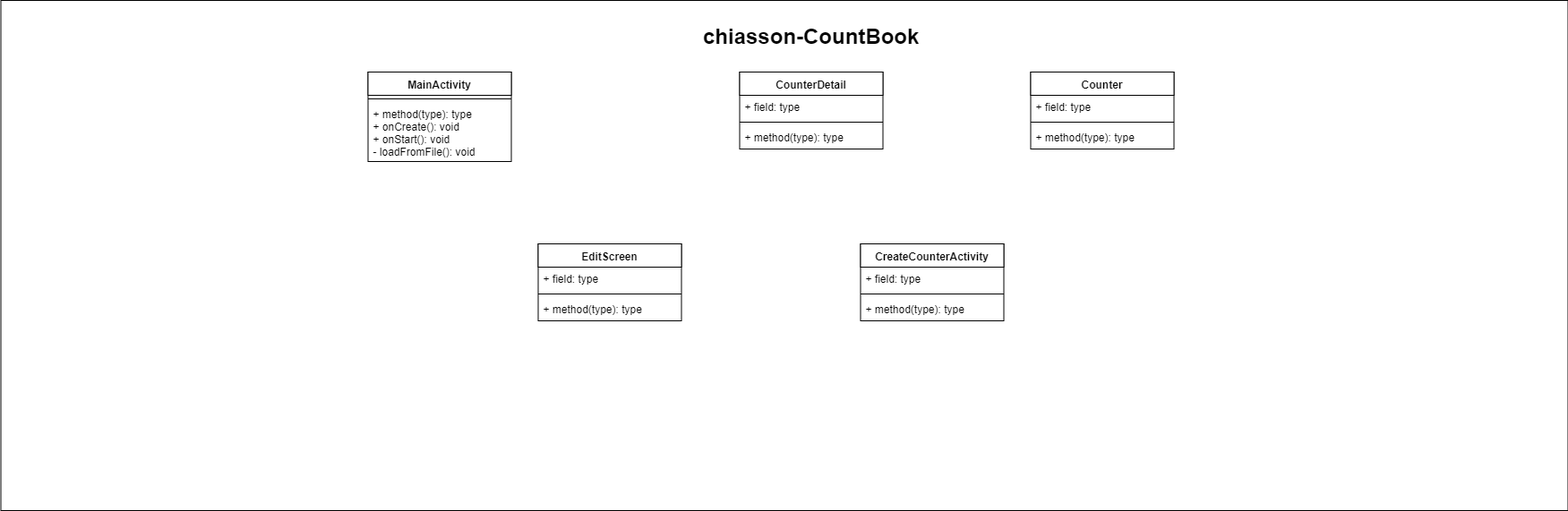
cchiasson/CountBook keeps this draw.io diagram as doc/chiasson-CountBook.png. Above is the earlier version. Source tidied: cells renumbered, new cells last; positions are measured from the earlier drawing's top-left corner, leaving out a move shared by most shapes.
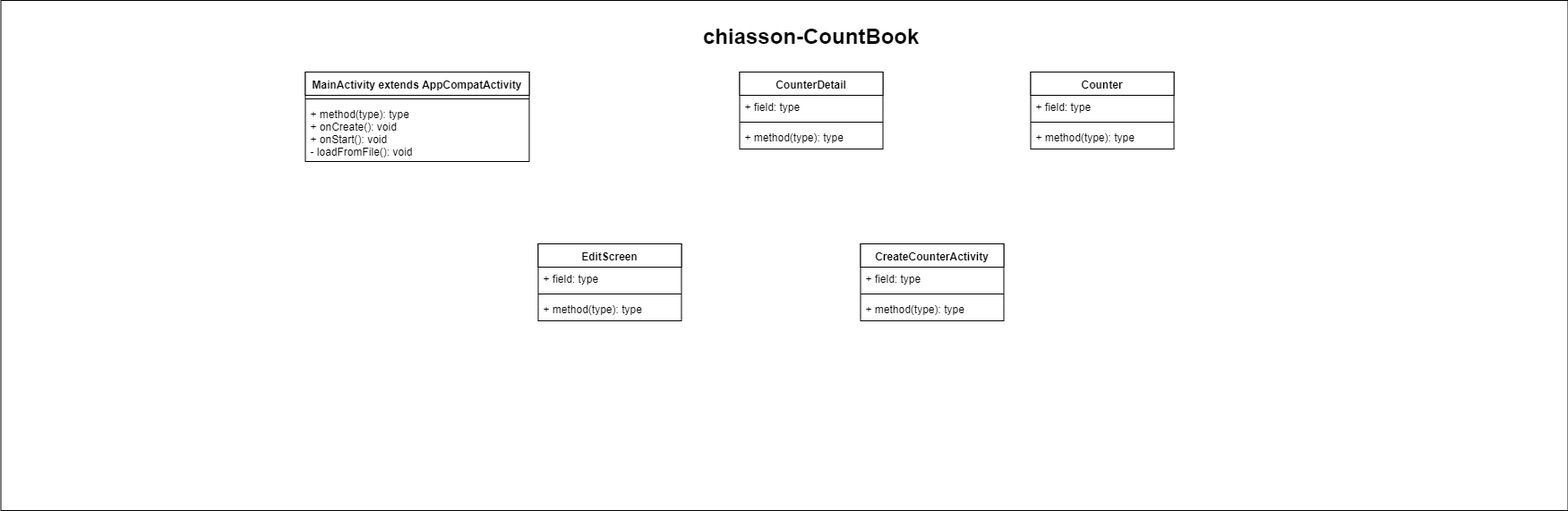
Above is the later version.

The edit, as a diff of the source:
```diff
@@ -8,14 +8,14 @@
     <mxCell id="3" value="chiasson-CountBook" style="text;strokeColor=none;fillColor=none;html=1;fontSize=24;fontStyle=1;verticalAlign=middle;align=center;" parent="1" vertex="1">
       <mxGeometry x="150" y="20" width="1510" height="40" as="geometry" />
     </mxCell>
-    <mxCell id="4" value="MainActivity" style="swimlane;fontStyle=1;align=center;verticalAlign=top;horizontal=1;startSize=26;swimlaneFillColor=#ffffff;" parent="1" vertex="1">
-      <mxGeometry x="410" y="80" width="160" height="100" as="geometry" />
+    <mxCell id="4" value="MainActivity extends AppCompatActivity" style="swimlane;fontStyle=1;align=center;verticalAlign=top;horizontal=1;startSize=26;swimlaneFillColor=#ffffff;" parent="1" vertex="1">
+      <mxGeometry x="340" y="80" width="250" height="100" as="geometry" />
     </mxCell>
     <mxCell id="5" style="line;strokeWidth=1;fillColor=none;align=left;verticalAlign=middle;spacingTop=-1;spacingLeft=3;spacingRight=3;labelPosition=right;" parent="4" vertex="1">
-      <mxGeometry y="26" width="160" height="8" as="geometry" />
+      <mxGeometry y="26" width="250" height="8" as="geometry" />
     </mxCell>
     <mxCell id="6" value="+ method(type): type&#10;+ onCreate(): void&#10;+ onStart(): void&#10;- loadFromFile(): void" style="text;strokeColor=none;fillColor=none;align=left;verticalAlign=top;spacingLeft=4;spacingRight=4;overflow=hidden;" parent="4" vertex="1">
-      <mxGeometry y="34" width="160" height="66" as="geometry" />
+      <mxGeometry y="34" width="250" height="66" as="geometry" />
     </mxCell>
     <mxCell id="7" value="CounterDetail" style="swimlane;fontStyle=1;align=center;verticalAlign=top;horizontal=1;startSize=26;swimlaneFillColor=#ffffff;" parent="1" vertex="1">
       <mxGeometry x="825" y="80" width="160" height="86" as="geometry" />
```
